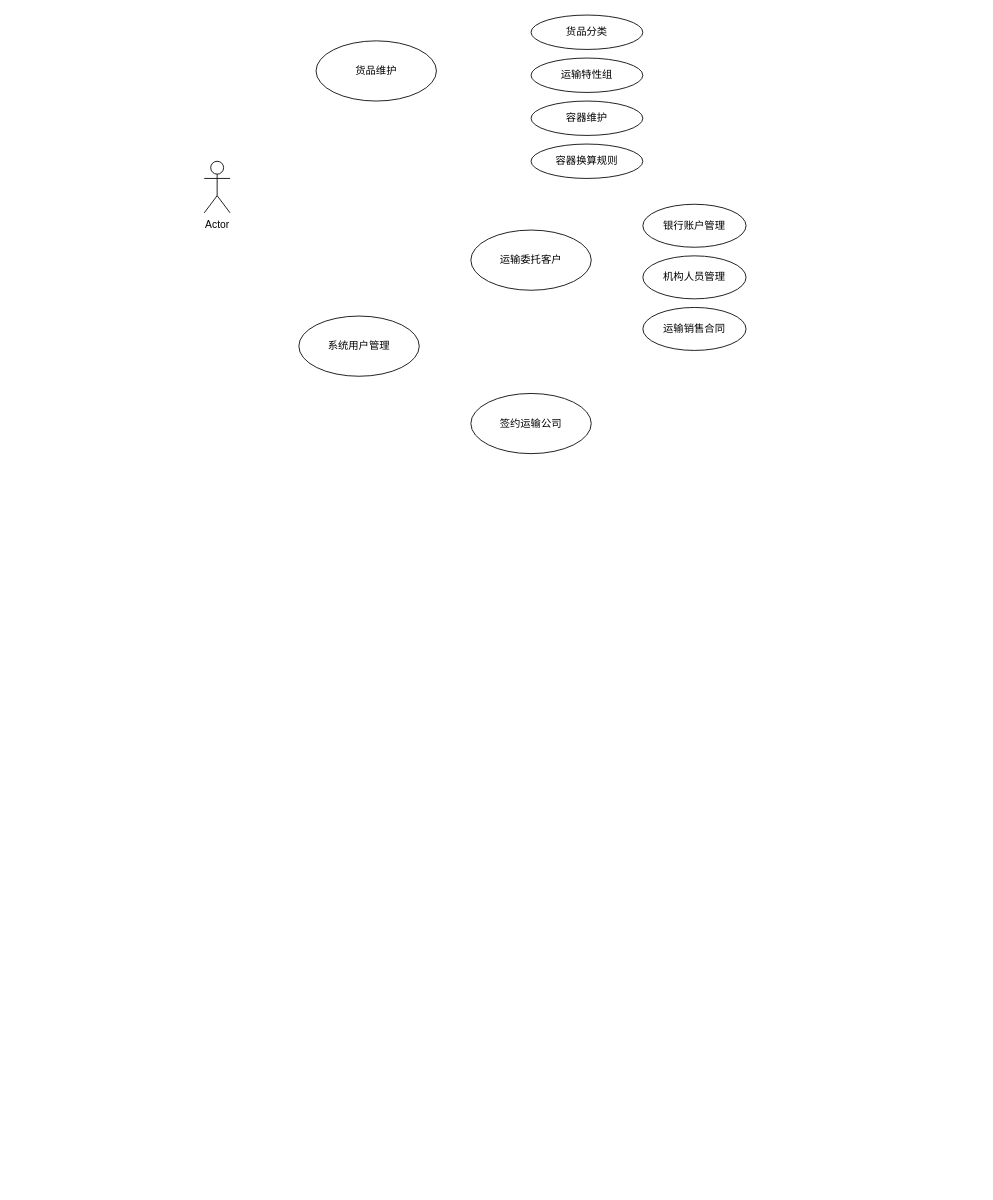
coding-now/blog-comments keeps this draw.io diagram as user-case.drawio. Above is the earlier version. Source tidied: cells renumbered, new cells numbered last; positions are measured from the earlier drawing's top-left corner, leaving out a move shared by most shapes. Both pictures are drawn from the tidied source at 86%, with x=0, y=0 at pixel (204, 15).
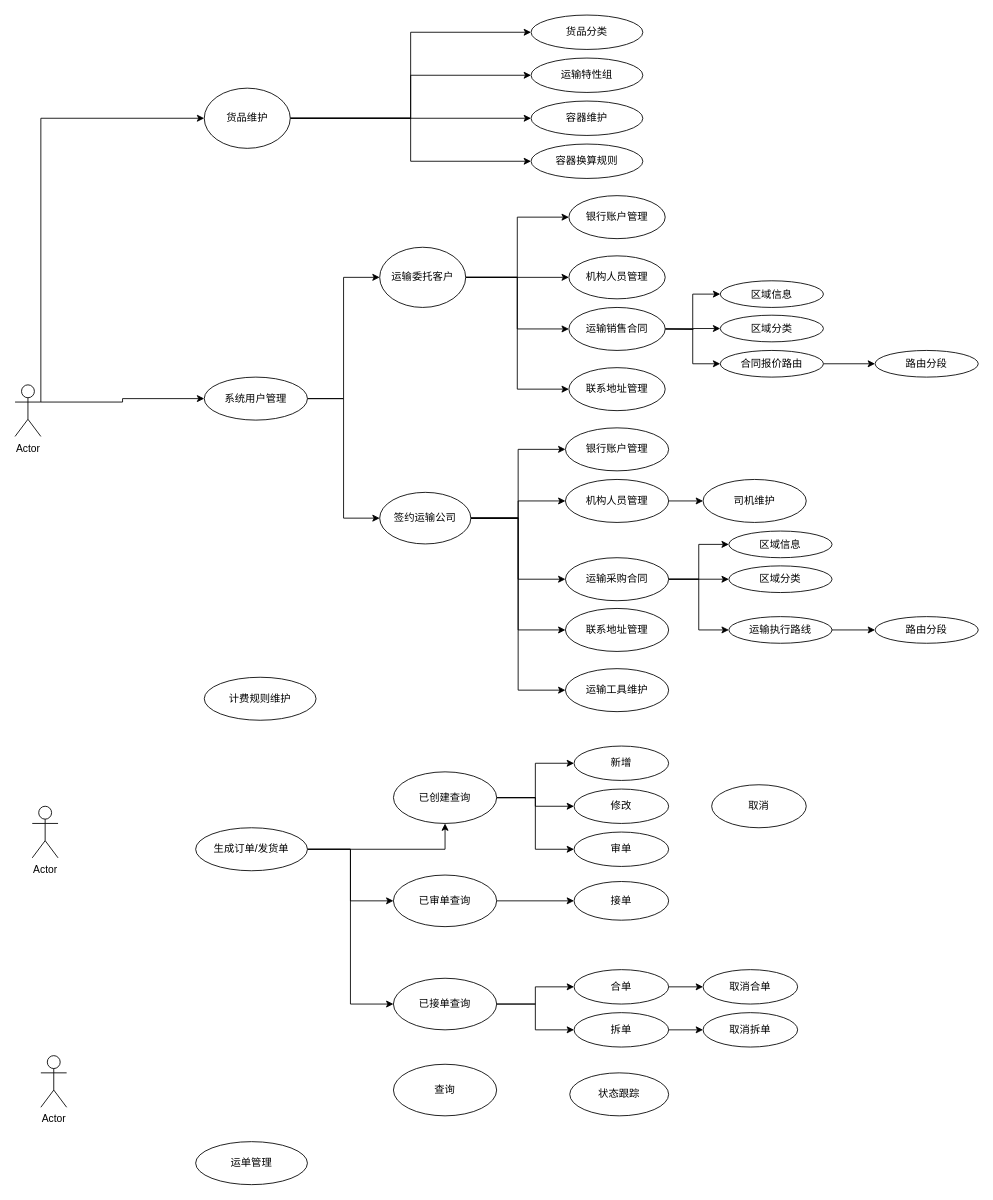
The same diagram, later.

The change refers to these unchanged cells:
```xml
<mxCell id="4" value="货品分类" style="ellipse;whiteSpace=wrap;html=1;" parent="1" vertex="1">
  <mxGeometry x="380" width="130" height="40" as="geometry" />
</mxCell>
<mxCell id="5" value="运输特性组" style="ellipse;whiteSpace=wrap;html=1;" parent="1" vertex="1">
  <mxGeometry x="380" y="50" width="130" height="40" as="geometry" />
</mxCell>
<mxCell id="6" value="容器维护" style="ellipse;whiteSpace=wrap;html=1;" parent="1" vertex="1">
  <mxGeometry x="380" y="100" width="130" height="40" as="geometry" />
</mxCell>
<mxCell id="7" value="容器换算规则" style="ellipse;whiteSpace=wrap;html=1;" parent="1" vertex="1">
  <mxGeometry x="380" y="150" width="130" height="40" as="geometry" />
</mxCell>
```

Diff of the diagram source:
```diff
@@
+    <mxCell id="14" style="edgeStyle=orthogonalEdgeStyle;rounded=0;jettySize=auto;html=1;exitX=1;exitY=0.3333333333333333;exitDx=0;exitDy=0;exitPerimeter=0;" parent="1" edge="1" source="2" target="3">
+      <mxGeometry relative="1" as="geometry">
+        <Array as="points">
+          <mxPoint x="30" y="120" />
+          <mxPoint x="180" y="120" />
+        </Array>
+      </mxGeometry>
+    </mxCell>
+    <mxCell id="15" style="edgeStyle=orthogonalEdgeStyle;rounded=0;jettySize=auto;html=1;exitX=1;exitY=0.3333333333333333;exitDx=0;exitDy=0;exitPerimeter=0;" parent="1" edge="1" source="2" target="8">
+      <mxGeometry relative="1" as="geometry" />
+    </mxCell>
     <mxCell id="2" value="Actor" style="shape=umlActor;verticalLabelPosition=bottom;verticalAlign=top;html=1;" parent="1" vertex="1">
-      <mxGeometry y="170" width="30" height="60" as="geometry" />
+      <mxGeometry x="-220" y="430" width="30" height="60" as="geometry" />
     </mxCell>
+    <mxCell id="16" style="edgeStyle=orthogonalEdgeStyle;rounded=0;jettySize=auto;html=1;exitX=1;exitY=0.5;exitDx=0;exitDy=0;entryX=0;entryY=0.5;entryDx=0;entryDy=0;" parent="1" edge="1" source="3" target="5">
+      <mxGeometry relative="1" as="geometry" />
+    </mxCell>
+    <mxCell id="17" style="edgeStyle=orthogonalEdgeStyle;rounded=0;jettySize=auto;html=1;exitX=1;exitY=0.5;exitDx=0;exitDy=0;entryX=0;entryY=0.5;entryDx=0;entryDy=0;" parent="1" edge="1" source="3" target="6">
+      <mxGeometry relative="1" as="geometry" />
+    </mxCell>
+    <mxCell id="18" style="edgeStyle=orthogonalEdgeStyle;rounded=0;jettySize=auto;html=1;exitX=1;exitY=0.5;exitDx=0;exitDy=0;entryX=0;entryY=0.5;entryDx=0;entryDy=0;" parent="1" edge="1" source="3" target="7">
+      <mxGeometry relative="1" as="geometry" />
+    </mxCell>
+    <mxCell id="19" style="edgeStyle=orthogonalEdgeStyle;rounded=0;jettySize=auto;html=1;exitX=1;exitY=0.5;exitDx=0;exitDy=0;entryX=0;entryY=0.5;entryDx=0;entryDy=0;" parent="1" edge="1" source="3" target="4">
+      <mxGeometry relative="1" as="geometry" />
+    </mxCell>
     <mxCell id="3" value="货品维护" style="ellipse;whiteSpace=wrap;html=1;" parent="1" vertex="1">
-      <mxGeometry x="130" y="30" width="140" height="70" as="geometry" />
+      <mxGeometry y="85" width="100" height="70" as="geometry" />
     </mxCell>
@@
+    <mxCell id="20" style="edgeStyle=orthogonalEdgeStyle;rounded=0;jettySize=auto;html=1;exitX=1;exitY=0.5;exitDx=0;exitDy=0;entryX=0;entryY=0.5;entryDx=0;entryDy=0;" parent="1" edge="1" source="8" target="9">
+      <mxGeometry relative="1" as="geometry" />
+    </mxCell>
+    <mxCell id="21" style="edgeStyle=orthogonalEdgeStyle;rounded=0;jettySize=auto;html=1;exitX=1;exitY=0.5;exitDx=0;exitDy=0;entryX=0;entryY=0.5;entryDx=0;entryDy=0;" parent="1" edge="1" source="8" target="10">
+      <mxGeometry relative="1" as="geometry" />
+    </mxCell>
     <mxCell id="8" value="系统用户管理" style="ellipse;whiteSpace=wrap;html=1;" parent="1" vertex="1">
-      <mxGeometry x="110" y="350" width="140" height="70" as="geometry" />
+      <mxGeometry y="421" width="120" height="50" as="geometry" />
     </mxCell>
+    <mxCell id="22" style="edgeStyle=orthogonalEdgeStyle;rounded=0;jettySize=auto;html=1;exitX=1;exitY=0.5;exitDx=0;exitDy=0;entryX=0;entryY=0.5;entryDx=0;entryDy=0;" parent="1" edge="1" source="9" target="13">
+      <mxGeometry relative="1" as="geometry" />
+    </mxCell>
+    <mxCell id="23" style="edgeStyle=orthogonalEdgeStyle;rounded=0;jettySize=auto;html=1;exitX=1;exitY=0.5;exitDx=0;exitDy=0;entryX=0;entryY=0.5;entryDx=0;entryDy=0;" parent="1" edge="1" source="9" target="34">
+      <mxGeometry relative="1" as="geometry" />
+    </mxCell>
+    <mxCell id="24" style="edgeStyle=orthogonalEdgeStyle;rounded=0;jettySize=auto;html=1;exitX=1;exitY=0.5;exitDx=0;exitDy=0;entryX=0;entryY=0.5;entryDx=0;entryDy=0;" parent="1" edge="1" source="9" target="43">
+      <mxGeometry relative="1" as="geometry" />
+    </mxCell>
+    <mxCell id="25" style="edgeStyle=orthogonalEdgeStyle;rounded=0;jettySize=auto;html=1;exitX=1;exitY=0.5;exitDx=0;exitDy=0;entryX=0;entryY=0.5;entryDx=0;entryDy=0;" parent="1" edge="1" source="9" target="44">
+      <mxGeometry relative="1" as="geometry" />
+    </mxCell>
     <mxCell id="9" value="运输委托客户" style="ellipse;whiteSpace=wrap;html=1;" parent="1" vertex="1">
-      <mxGeometry x="310" y="250" width="140" height="70" as="geometry" />
+      <mxGeometry x="204" y="270" width="100" height="70" as="geometry" />
     </mxCell>
+    <mxCell id="26" style="edgeStyle=orthogonalEdgeStyle;rounded=0;jettySize=auto;html=1;exitX=1;exitY=0.5;exitDx=0;exitDy=0;entryX=0;entryY=0.5;entryDx=0;entryDy=0;" parent="1" edge="1" source="10" target="40">
+      <mxGeometry relative="1" as="geometry" />
+    </mxCell>
+    <mxCell id="27" style="edgeStyle=orthogonalEdgeStyle;rounded=0;jettySize=auto;html=1;exitX=1;exitY=0.5;exitDx=0;exitDy=0;" parent="1" edge="1" source="10" target="42">
+      <mxGeometry relative="1" as="geometry" />
+    </mxCell>
+    <mxCell id="28" style="edgeStyle=orthogonalEdgeStyle;rounded=0;jettySize=auto;html=1;exitX=1;exitY=0.5;exitDx=0;exitDy=0;entryX=0;entryY=0.5;entryDx=0;entryDy=0;" parent="1" edge="1" source="10" target="38">
+      <mxGeometry relative="1" as="geometry" />
+    </mxCell>
+    <mxCell id="29" style="edgeStyle=orthogonalEdgeStyle;rounded=0;jettySize=auto;html=1;exitX=1;exitY=0.5;exitDx=0;exitDy=0;entryX=0;entryY=0.5;entryDx=0;entryDy=0;" parent="1" edge="1" source="10" target="39">
+      <mxGeometry relative="1" as="geometry" />
+    </mxCell>
+    <mxCell id="30" style="edgeStyle=orthogonalEdgeStyle;rounded=0;jettySize=auto;html=1;exitX=1;exitY=0.5;exitDx=0;exitDy=0;entryX=0;entryY=0.5;entryDx=0;entryDy=0;" parent="1" edge="1" source="10" target="61">
+      <mxGeometry relative="1" as="geometry" />
+    </mxCell>
     <mxCell id="10" value="签约运输公司" style="ellipse;whiteSpace=wrap;html=1;" parent="1" vertex="1">
-      <mxGeometry x="310" y="440" width="140" height="70" as="geometry" />
+      <mxGeometry x="204" y="555" width="106" height="60" as="geometry" />
     </mxCell>
-    <mxCell id="11" value="银行账户管理" style="ellipse;whiteSpace=wrap;html=1;" parent="1" vertex="1">
-      <mxGeometry x="510" y="220" width="120" height="50" as="geometry" />
-    </mxCell>
-    <mxCell id="12" value="机构人员管理" style="ellipse;whiteSpace=wrap;html=1;" parent="1" vertex="1">
-      <mxGeometry x="510" y="280" width="120" height="50" as="geometry" />
-    </mxCell>
+    <mxCell id="31" style="edgeStyle=orthogonalEdgeStyle;rounded=0;jettySize=auto;html=1;exitX=1;exitY=0.5;exitDx=0;exitDy=0;entryX=0;entryY=0.5;entryDx=0;entryDy=0;" parent="1" edge="1" source="13" target="45">
+      <mxGeometry relative="1" as="geometry" />
+    </mxCell>
+    <mxCell id="32" style="edgeStyle=orthogonalEdgeStyle;rounded=0;jettySize=auto;html=1;entryX=0;entryY=0.5;entryDx=0;entryDy=0;" parent="1" edge="1" target="46">
+      <mxGeometry relative="1" as="geometry">
+        <mxPoint x="536" y="365" as="sourcePoint" />
+      </mxGeometry>
+    </mxCell>
+    <mxCell id="33" style="edgeStyle=orthogonalEdgeStyle;rounded=0;jettySize=auto;html=1;exitX=1;exitY=0.5;exitDx=0;exitDy=0;entryX=0;entryY=0.5;entryDx=0;entryDy=0;" parent="1" edge="1" source="13" target="48">
+      <mxGeometry relative="1" as="geometry" />
+    </mxCell>
     <mxCell id="13" value="运输销售合同" style="ellipse;whiteSpace=wrap;html=1;" parent="1" vertex="1">
-      <mxGeometry x="510" y="340" width="120" height="50" as="geometry" />
+      <mxGeometry x="424" y="340" width="112" height="50" as="geometry" />
     </mxCell>
+    <mxCell id="34" value="联系地址管理" style="ellipse;whiteSpace=wrap;html=1;" parent="1" vertex="1">
+      <mxGeometry x="424" y="410" width="112" height="50" as="geometry" />
+    </mxCell>
+    <mxCell id="35" style="edgeStyle=orthogonalEdgeStyle;rounded=0;jettySize=auto;html=1;exitX=1;exitY=0.5;exitDx=0;exitDy=0;entryX=0;entryY=0.5;entryDx=0;entryDy=0;" parent="1" edge="1" source="38" target="49">
+      <mxGeometry relative="1" as="geometry" />
+    </mxCell>
+    <mxCell id="36" style="edgeStyle=orthogonalEdgeStyle;rounded=0;jettySize=auto;html=1;exitX=1;exitY=0.5;exitDx=0;exitDy=0;entryX=0;entryY=0.5;entryDx=0;entryDy=0;" parent="1" edge="1" source="38" target="50">
+      <mxGeometry relative="1" as="geometry" />
+    </mxCell>
+    <mxCell id="37" style="edgeStyle=orthogonalEdgeStyle;rounded=0;jettySize=auto;html=1;exitX=1;exitY=0.5;exitDx=0;exitDy=0;entryX=0;entryY=0.5;entryDx=0;entryDy=0;" parent="1" edge="1" source="38" target="52">
+      <mxGeometry relative="1" as="geometry" />
+    </mxCell>
+    <mxCell id="38" value="运输采购合同" style="ellipse;whiteSpace=wrap;html=1;" parent="1" vertex="1">
+      <mxGeometry x="420" y="631" width="120" height="50" as="geometry" />
+    </mxCell>
+    <mxCell id="39" value="联系地址管理" style="ellipse;whiteSpace=wrap;html=1;" parent="1" vertex="1">
+      <mxGeometry x="420" y="690" width="120" height="50" as="geometry" />
+    </mxCell>
+    <mxCell id="40" value="银行账户管理" style="ellipse;whiteSpace=wrap;html=1;" parent="1" vertex="1">
+      <mxGeometry x="420" y="480" width="120" height="50" as="geometry" />
+    </mxCell>
+    <mxCell id="41" style="edgeStyle=orthogonalEdgeStyle;rounded=0;jettySize=auto;html=1;exitX=1;exitY=0.5;exitDx=0;exitDy=0;entryX=0;entryY=0.5;entryDx=0;entryDy=0;" parent="1" edge="1" source="42" target="62">
+      <mxGeometry relative="1" as="geometry" />
+    </mxCell>
+    <mxCell id="42" value="机构人员管理" style="ellipse;whiteSpace=wrap;html=1;" parent="1" vertex="1">
+      <mxGeometry x="420" y="540" width="120" height="50" as="geometry" />
+    </mxCell>
+    <mxCell id="43" value="银行账户管理" style="ellipse;whiteSpace=wrap;html=1;" parent="1" vertex="1">
+      <mxGeometry x="424" y="210" width="112" height="50" as="geometry" />
+    </mxCell>
+    <mxCell id="44" value="机构人员管理" style="ellipse;whiteSpace=wrap;html=1;" parent="1" vertex="1">
+      <mxGeometry x="424" y="280" width="112" height="50" as="geometry" />
+    </mxCell>
+    <mxCell id="45" value="区域信息" style="ellipse;whiteSpace=wrap;html=1;" parent="1" vertex="1">
+      <mxGeometry x="600" y="309" width="120" height="31" as="geometry" />
+    </mxCell>
+    <mxCell id="46" value="区域分类" style="ellipse;whiteSpace=wrap;html=1;" parent="1" vertex="1">
+      <mxGeometry x="600" y="349" width="120" height="31" as="geometry" />
+    </mxCell>
+    <mxCell id="47" style="edgeStyle=orthogonalEdgeStyle;rounded=0;jettySize=auto;html=1;exitX=1;exitY=0.5;exitDx=0;exitDy=0;" parent="1" edge="1" source="48" target="53">
+      <mxGeometry relative="1" as="geometry" />
+    </mxCell>
+    <mxCell id="48" value="合同报价路由" style="ellipse;whiteSpace=wrap;html=1;" parent="1" vertex="1">
+      <mxGeometry x="600" y="390" width="120" height="31" as="geometry" />
+    </mxCell>
+    <mxCell id="49" value="区域信息" style="ellipse;whiteSpace=wrap;html=1;" parent="1" vertex="1">
+      <mxGeometry x="610" y="600" width="120" height="31" as="geometry" />
+    </mxCell>
+    <mxCell id="50" value="区域分类" style="ellipse;whiteSpace=wrap;html=1;" parent="1" vertex="1">
+      <mxGeometry x="610" y="640.5" width="120" height="31" as="geometry" />
+    </mxCell>
+    <mxCell id="51" style="edgeStyle=orthogonalEdgeStyle;rounded=0;jettySize=auto;html=1;exitX=1;exitY=0.5;exitDx=0;exitDy=0;entryX=0;entryY=0.5;entryDx=0;entryDy=0;" parent="1" edge="1" source="52" target="54">
+      <mxGeometry relative="1" as="geometry" />
+    </mxCell>
+    <mxCell id="52" value="运输执行路线" style="ellipse;whiteSpace=wrap;html=1;" parent="1" vertex="1">
+      <mxGeometry x="610" y="699.5" width="120" height="31" as="geometry" />
+    </mxCell>
+    <mxCell id="53" value="路由分段" style="ellipse;whiteSpace=wrap;html=1;" parent="1" vertex="1">
+      <mxGeometry x="780" y="390" width="120" height="31" as="geometry" />
+    </mxCell>
+    <mxCell id="54" value="路由分段" style="ellipse;whiteSpace=wrap;html=1;" parent="1" vertex="1">
+      <mxGeometry x="780" y="699.5" width="120" height="31" as="geometry" />
+    </mxCell>
+    <mxCell id="55" value="计费规则维护&lt;br&gt;" style="ellipse;whiteSpace=wrap;html=1;" parent="1" vertex="1">
+      <mxGeometry y="770" width="130" height="50" as="geometry" />
+    </mxCell>
+    <mxCell id="56" style="edgeStyle=orthogonalEdgeStyle;rounded=0;jettySize=auto;html=1;exitX=1;exitY=0.5;exitDx=0;exitDy=0;" parent="1" edge="1" source="59" target="68">
+      <mxGeometry relative="1" as="geometry" />
+    </mxCell>
+    <mxCell id="57" style="edgeStyle=orthogonalEdgeStyle;rounded=0;jettySize=auto;html=1;exitX=1;exitY=0.5;exitDx=0;exitDy=0;entryX=0;entryY=0.5;entryDx=0;entryDy=0;" parent="1" edge="1" source="59" target="70">
+      <mxGeometry relative="1" as="geometry" />
+    </mxCell>
+    <mxCell id="58" style="edgeStyle=orthogonalEdgeStyle;rounded=0;jettySize=auto;html=1;exitX=1;exitY=0.5;exitDx=0;exitDy=0;entryX=0;entryY=0.5;entryDx=0;entryDy=0;" parent="1" edge="1" source="59" target="78">
+      <mxGeometry relative="1" as="geometry" />
+    </mxCell>
+    <mxCell id="59" value="生成订单/发货单" style="ellipse;whiteSpace=wrap;html=1;" parent="1" vertex="1">
+      <mxGeometry x="-10" y="945" width="130" height="50" as="geometry" />
+    </mxCell>
+    <mxCell id="60" value="运单管理" style="ellipse;whiteSpace=wrap;html=1;" parent="1" vertex="1">
+      <mxGeometry x="-10" y="1310" width="130" height="50" as="geometry" />
+    </mxCell>
+    <mxCell id="61" value="运输工具维护" style="ellipse;whiteSpace=wrap;html=1;" parent="1" vertex="1">
+      <mxGeometry x="420" y="760" width="120" height="50" as="geometry" />
+    </mxCell>
+    <mxCell id="62" value="司机维护" style="ellipse;whiteSpace=wrap;html=1;" parent="1" vertex="1">
+      <mxGeometry x="580" y="540" width="120" height="50" as="geometry" />
+    </mxCell>
+    <mxCell id="63" value="Actor" style="shape=umlActor;verticalLabelPosition=bottom;verticalAlign=top;html=1;" parent="1" vertex="1">
+      <mxGeometry x="-200" y="920" width="30" height="60" as="geometry" />
+    </mxCell>
+    <mxCell id="64" value="Actor" style="shape=umlActor;verticalLabelPosition=bottom;verticalAlign=top;html=1;" parent="1" vertex="1">
+      <mxGeometry x="-190" y="1210" width="30" height="60" as="geometry" />
+    </mxCell>
+    <mxCell id="65" style="edgeStyle=orthogonalEdgeStyle;rounded=0;jettySize=auto;html=1;exitX=1;exitY=0.5;exitDx=0;exitDy=0;entryX=0;entryY=0.5;entryDx=0;entryDy=0;" parent="1" edge="1" source="68" target="72">
+      <mxGeometry relative="1" as="geometry" />
+    </mxCell>
+    <mxCell id="66" style="edgeStyle=orthogonalEdgeStyle;rounded=0;jettySize=auto;html=1;exitX=1;exitY=0.5;exitDx=0;exitDy=0;entryX=0;entryY=0.5;entryDx=0;entryDy=0;" parent="1" edge="1" source="68" target="73">
+      <mxGeometry relative="1" as="geometry" />
+    </mxCell>
+    <mxCell id="67" style="edgeStyle=orthogonalEdgeStyle;rounded=0;jettySize=auto;html=1;exitX=1;exitY=0.5;exitDx=0;exitDy=0;entryX=0;entryY=0.5;entryDx=0;entryDy=0;" parent="1" edge="1" source="68" target="74">
+      <mxGeometry relative="1" as="geometry" />
+    </mxCell>
+    <mxCell id="68" value="已创建查询" style="ellipse;whiteSpace=wrap;html=1;" parent="1" vertex="1">
+      <mxGeometry x="220" y="880" width="120" height="60" as="geometry" />
+    </mxCell>
+    <mxCell id="69" style="edgeStyle=orthogonalEdgeStyle;rounded=0;jettySize=auto;html=1;" parent="1" edge="1" source="70" target="71">
+      <mxGeometry relative="1" as="geometry" />
+    </mxCell>
+    <mxCell id="70" value="已审单查询" style="ellipse;whiteSpace=wrap;html=1;" parent="1" vertex="1">
+      <mxGeometry x="220" y="1000" width="120" height="60" as="geometry" />
+    </mxCell>
+    <mxCell id="71" value="接单" style="ellipse;whiteSpace=wrap;html=1;" parent="1" vertex="1">
+      <mxGeometry x="430" y="1007.5" width="110" height="45" as="geometry" />
+    </mxCell>
+    <mxCell id="72" value="新增" style="ellipse;whiteSpace=wrap;html=1;" parent="1" vertex="1">
+      <mxGeometry x="430" y="850" width="110" height="40" as="geometry" />
+    </mxCell>
+    <mxCell id="73" value="修改" style="ellipse;whiteSpace=wrap;html=1;" parent="1" vertex="1">
+      <mxGeometry x="430" y="900" width="110" height="40" as="geometry" />
+    </mxCell>
+    <mxCell id="74" value="审单" style="ellipse;whiteSpace=wrap;html=1;" parent="1" vertex="1">
+      <mxGeometry x="430" y="950" width="110" height="40" as="geometry" />
+    </mxCell>
+    <mxCell id="75" value="取消" style="ellipse;whiteSpace=wrap;html=1;" parent="1" vertex="1">
+      <mxGeometry x="590" y="895" width="110" height="50" as="geometry" />
+    </mxCell>
+    <mxCell id="76" style="edgeStyle=orthogonalEdgeStyle;rounded=0;jettySize=auto;html=1;exitX=1;exitY=0.5;exitDx=0;exitDy=0;entryX=0;entryY=0.5;entryDx=0;entryDy=0;" parent="1" edge="1" source="78" target="80">
+      <mxGeometry relative="1" as="geometry" />
+    </mxCell>
+    <mxCell id="77" style="edgeStyle=orthogonalEdgeStyle;rounded=0;jettySize=auto;html=1;exitX=1;exitY=0.5;exitDx=0;exitDy=0;entryX=0;entryY=0.5;entryDx=0;entryDy=0;" parent="1" edge="1" source="78" target="82">
+      <mxGeometry relative="1" as="geometry" />
+    </mxCell>
+    <mxCell id="78" value="已接单查询" style="ellipse;whiteSpace=wrap;html=1;" parent="1" vertex="1">
+      <mxGeometry x="220" y="1120" width="120" height="60" as="geometry" />
+    </mxCell>
+    <mxCell id="79" style="edgeStyle=orthogonalEdgeStyle;rounded=0;jettySize=auto;html=1;exitX=1;exitY=0.5;exitDx=0;exitDy=0;entryX=0;entryY=0.5;entryDx=0;entryDy=0;" parent="1" edge="1" source="80" target="83">
+      <mxGeometry relative="1" as="geometry" />
+    </mxCell>
+    <mxCell id="80" value="合单" style="ellipse;whiteSpace=wrap;html=1;" parent="1" vertex="1">
+      <mxGeometry x="430" y="1110" width="110" height="40" as="geometry" />
+    </mxCell>
+    <mxCell id="81" style="edgeStyle=orthogonalEdgeStyle;rounded=0;jettySize=auto;html=1;exitX=1;exitY=0.5;exitDx=0;exitDy=0;entryX=0;entryY=0.5;entryDx=0;entryDy=0;" parent="1" edge="1" source="82" target="84">
+      <mxGeometry relative="1" as="geometry" />
+    </mxCell>
+    <mxCell id="82" value="拆单" style="ellipse;whiteSpace=wrap;html=1;" parent="1" vertex="1">
+      <mxGeometry x="430" y="1160" width="110" height="40" as="geometry" />
+    </mxCell>
+    <mxCell id="83" value="取消合单" style="ellipse;whiteSpace=wrap;html=1;" parent="1" vertex="1">
+      <mxGeometry x="580" y="1110" width="110" height="40" as="geometry" />
+    </mxCell>
+    <mxCell id="84" value="取消拆单" style="ellipse;whiteSpace=wrap;html=1;" parent="1" vertex="1">
+      <mxGeometry x="580" y="1160" width="110" height="40" as="geometry" />
+    </mxCell>
+    <mxCell id="85" value="查询" style="ellipse;whiteSpace=wrap;html=1;" parent="1" vertex="1">
+      <mxGeometry x="220" y="1220" width="120" height="60" as="geometry" />
+    </mxCell>
+    <mxCell id="86" value="状态跟踪" style="ellipse;whiteSpace=wrap;html=1;" parent="1" vertex="1">
+      <mxGeometry x="425" y="1230" width="115" height="50" as="geometry" />
+    </mxCell>
```
